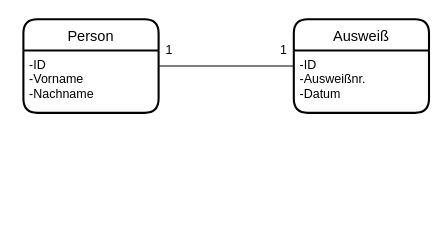
This is page "Aufgabe_1a" (1 of 5) of Aufgabe_1_bis_3/Aufgabe_1_a,b,c,d,e.drawio from Artjom1234/ProbeKlausurDB, a draw.io file, before an edit. Source tidied: cells renumbered, new cells numbered last; positions are measured from the earlier drawing's top-left corner, leaving out a move shared by most shapes. Both pictures are drawn from the tidied source at 104%, with x=0, y=0 at pixel (23, 19).
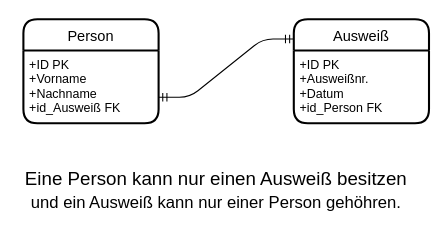
The same page after the edit.

What changed in the source:
```diff
@@
 <mxGraphModel>
   <root>
     <mxCell id="0" />
     <mxCell id="1" parent="0" />
     <mxCell id="2" value="Person" style="swimlane;horizontal=1;startSize=30;rounded=1;fontSize=14;fontStyle=0;strokeWidth=2;shadow=0;dashed=0;align=center;" parent="1" vertex="1">
-      <mxGeometry width="130" height="90" as="geometry" />
+      <mxGeometry width="130" height="100" as="geometry" />
     </mxCell>
-    <mxCell id="3" value="-ID&#10;-Vorname&#10;-Nachname&#10;" style="align=left;strokeColor=none;fillColor=none;spacingLeft=4;fontSize=12;verticalAlign=top;" parent="2" vertex="1">
-      <mxGeometry y="30" width="130" height="60" as="geometry" />
+    <mxCell id="3" value="+ID PK&#10;+Vorname&#10;+Nachname&#10;+id_Ausweiß FK&#10;&#10;&#10;" style="align=left;strokeColor=none;fillColor=none;spacingLeft=4;fontSize=12;verticalAlign=top;" parent="2" vertex="1">
+      <mxGeometry y="30" width="130" height="70" as="geometry" />
     </mxCell>
     <mxCell id="4" value="Ausweiß" style="swimlane;horizontal=1;startSize=30;rounded=1;fontSize=14;fontStyle=0;strokeWidth=2;shadow=0;dashed=0;align=center;" parent="1" vertex="1">
-      <mxGeometry x="260" width="130" height="90" as="geometry" />
+      <mxGeometry x="260" width="130" height="100" as="geometry" />
     </mxCell>
-    <mxCell id="5" value="-ID&#10;-Ausweißnr.&#10;-Datum&#10;" style="align=left;strokeColor=none;fillColor=none;spacingLeft=4;fontSize=12;verticalAlign=top;" parent="4" vertex="1">
-      <mxGeometry y="30" width="130" height="60" as="geometry" />
+    <mxCell id="5" value="+ID PK&#10;+Ausweißnr.&#10;+Datum&#10;+id_Person FK&#10;&#10;" style="align=left;strokeColor=none;fillColor=none;spacingLeft=4;fontSize=12;verticalAlign=top;" parent="4" vertex="1">
+      <mxGeometry y="30" width="130" height="70" as="geometry" />
     </mxCell>
-    <mxCell id="6" style="line;strokeWidth=1;dashed=0;labelPosition=right;align=left;verticalAlign=middle;spacingTop=0;spacingLeft=6;" parent="1" vertex="1">
-      <mxGeometry x="130" y="40" width="130" height="10" as="geometry" />
-    </mxCell>
-    <mxCell id="7" value="1" style="text;html=1;align=center;verticalAlign=middle;fillColor=none;strokeColor=none;rounded=0;" parent="1" vertex="1">
-      <mxGeometry x="130" y="20" width="20" height="20" as="geometry" />
-    </mxCell>
-    <mxCell id="8" value="1" style="text;html=1;align=center;verticalAlign=middle;fillColor=none;strokeColor=none;rounded=0;" parent="1" vertex="1">
-      <mxGeometry x="240" y="20" width="20" height="20" as="geometry" />
+    <mxCell id="8" style="edgeStyle=entityRelationEdgeStyle;fontSize=12;html=1;endArrow=ERmandOne;startArrow=ERmandOne;entryX=0;entryY=0.19;entryDx=0;entryDy=0;exitX=1;exitY=0.75;exitDx=0;exitDy=0;entryPerimeter=0;" parent="1" edge="1" source="2" target="4">
+      <mxGeometry relative="1" as="geometry" />
     </mxCell>
+    <mxCell id="9" value="&lt;div&gt;&lt;font style=&quot;font-size: 18px&quot;&gt;Eine Person kann nur einen Ausweiß besitzen&lt;font size=&quot;3&quot;&gt; &lt;br&gt;&lt;/font&gt;&lt;/font&gt;&lt;/div&gt;&lt;div&gt;&lt;font style=&quot;font-size: 18px&quot;&gt;&lt;font size=&quot;3&quot;&gt;und e&lt;/font&gt;&lt;/font&gt;&lt;font size=&quot;3&quot;&gt;in Ausweiß kann nur einer Person gehöhren.&lt;br&gt;&lt;/font&gt;&lt;/div&gt;" style="text;html=1;align=center;verticalAlign=middle;fillColor=none;strokeColor=none;rounded=0;rotation=0;" parent="1" vertex="1">
+      <mxGeometry x="-5" y="145" width="380" height="40" as="geometry" />
+    </mxCell>
   </root>
 </mxGraphModel>
```
